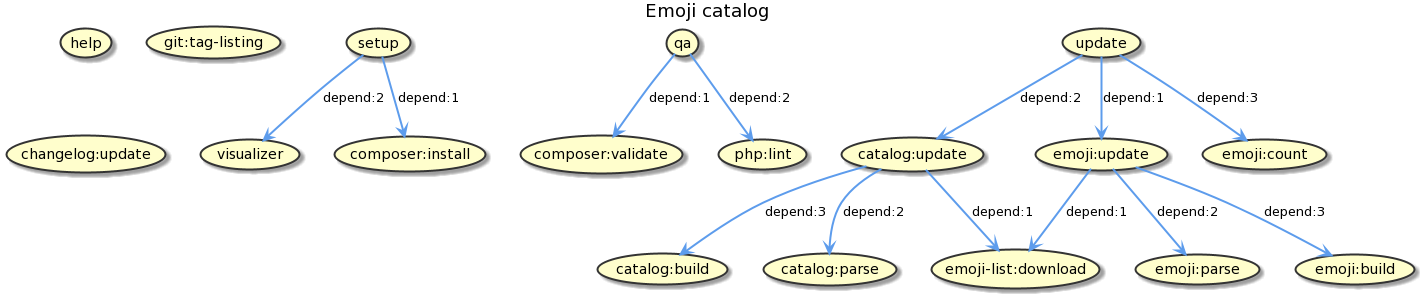
Earlier version of the PlantUML export build.png (jawira/emoji-catalog).
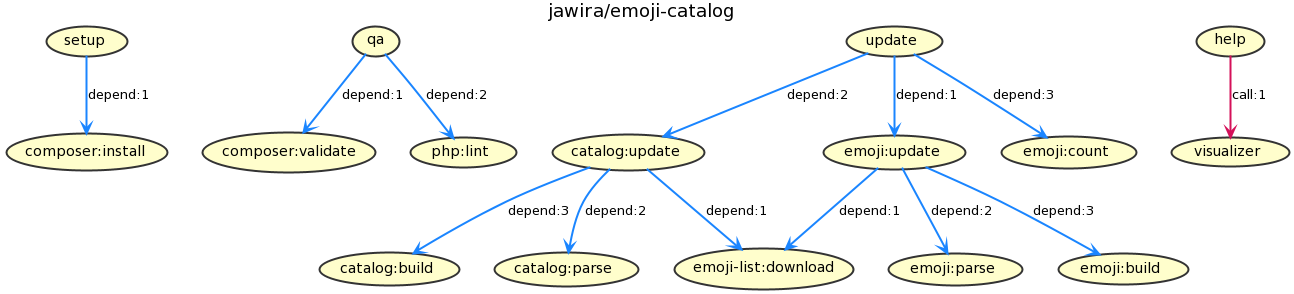
The same file after the commit.

Change to the diagram source:
```diff
@@ -1,5 +1,11 @@
 @startuml
-title Emoji catalog
+title
+jawira/emoji-catalog
+end title
+
+top to bottom direction
+
+skinparam Shadowing false
 skinparam ArrowFontColor Black
 skinparam ArrowThickness 2
 skinparam UseCaseBackgroundColor #FFFECC
@@ -7,7 +13,20 @@
 skinparam UseCaseBorderThickness 2
 skinparam UseCaseFontColor Black
 
-(help)
+
+(setup) -[#1A85FF]-> (composer:install) : depend:1
+(qa) -[#1A85FF]-> (composer:validate) : depend:1
+(qa) -[#1A85FF]-> (php:lint) : depend:2
+(update) -[#1A85FF]-> (emoji:update) : depend:1
+(update) -[#1A85FF]-> (catalog:update) : depend:2
+(update) -[#1A85FF]-> (emoji:count) : depend:3
+(emoji:update) -[#1A85FF]-> (emoji-list:download) : depend:1
+(emoji:update) -[#1A85FF]-> (emoji:parse) : depend:2
+(emoji:update) -[#1A85FF]-> (emoji:build) : depend:3
+(catalog:update) -[#1A85FF]-> (emoji-list:download) : depend:1
+(catalog:update) -[#1A85FF]-> (catalog:parse) : depend:2
+(catalog:update) -[#1A85FF]-> (catalog:build) : depend:3
+(help) -[#D41159]-> (visualizer) : call:1
 (setup)
 (qa)
 (update)
@@ -16,8 +35,6 @@
 (composer:validate)
 (visualizer)
 (composer:install)
-(git:tag-listing)
-(changelog:update)
 (emoji-list:download)
 (emoji:parse)
 (emoji:build)
@@ -25,19 +42,6 @@
 (catalog:build)
 (php:lint)
 (emoji:count)
-
-
-(setup) -[#5D9CEC]-> (composer:install) : depend:1
-(setup) -[#5D9CEC]-> (visualizer) : depend:2
-(qa) -[#5D9CEC]-> (composer:validate) : depend:1
-(qa) -[#5D9CEC]-> (php:lint) : depend:2
-(update) -[#5D9CEC]-> (emoji:update) : depend:1
-(update) -[#5D9CEC]-> (catalog:update) : depend:2
-(update) -[#5D9CEC]-> (emoji:count) : depend:3
-(emoji:update) -[#5D9CEC]-> (emoji-list:download) : depend:1
-(emoji:update) -[#5D9CEC]-> (emoji:parse) : depend:2
-(emoji:update) -[#5D9CEC]-> (emoji:build) : depend:3
-(catalog:update) -[#5D9CEC]-> (emoji-list:download) : depend:1
-(catalog:update) -[#5D9CEC]-> (catalog:parse) : depend:2
-(catalog:update) -[#5D9CEC]-> (catalog:build) : depend:3
+(help)
+(visualizer)
 @enduml
```
